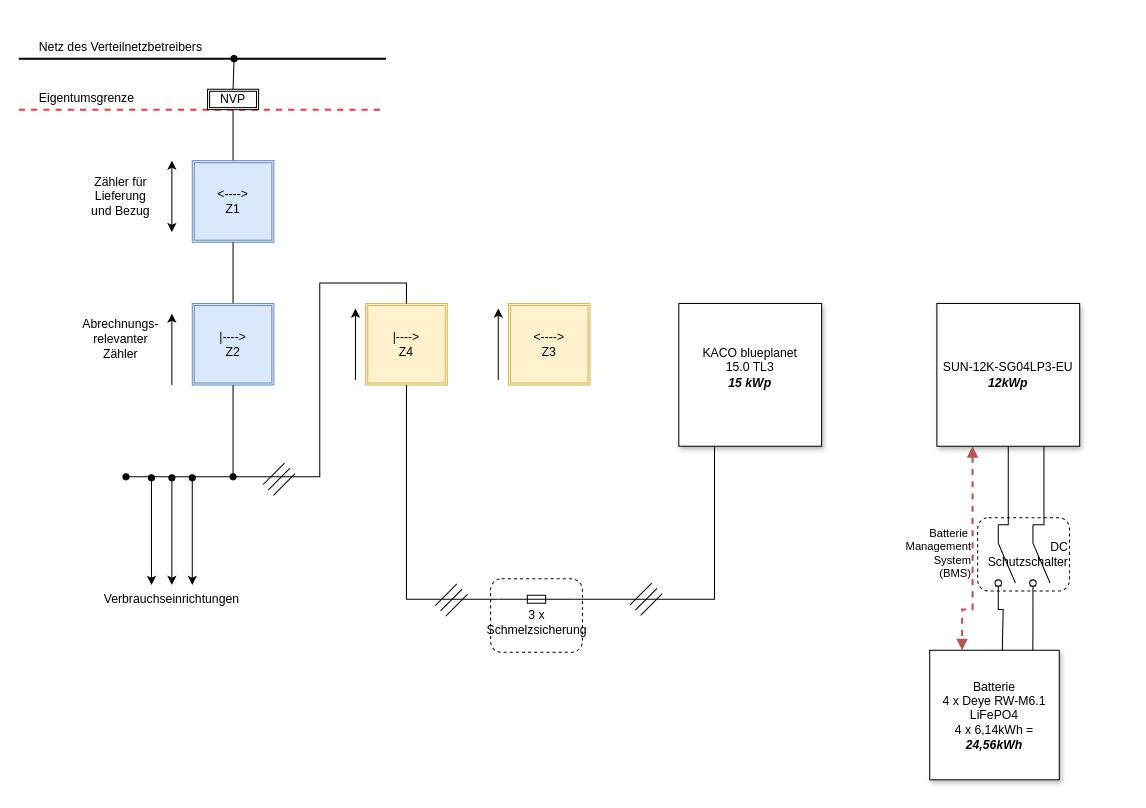
Before: planung/images/pv-autark.drawio in rainerth/energetischesanierung, a draw.io diagram. Source tidied: cells renumbered, new cells numbered last; positions are measured from the earlier drawing's top-left corner, leaving out a move shared by most shapes. Both pictures are drawn from the tidied source at 102%, with x=0, y=0 at pixel (90, -125). Pictures stored in the file or linked from it are replaced by grey dashed boxes.
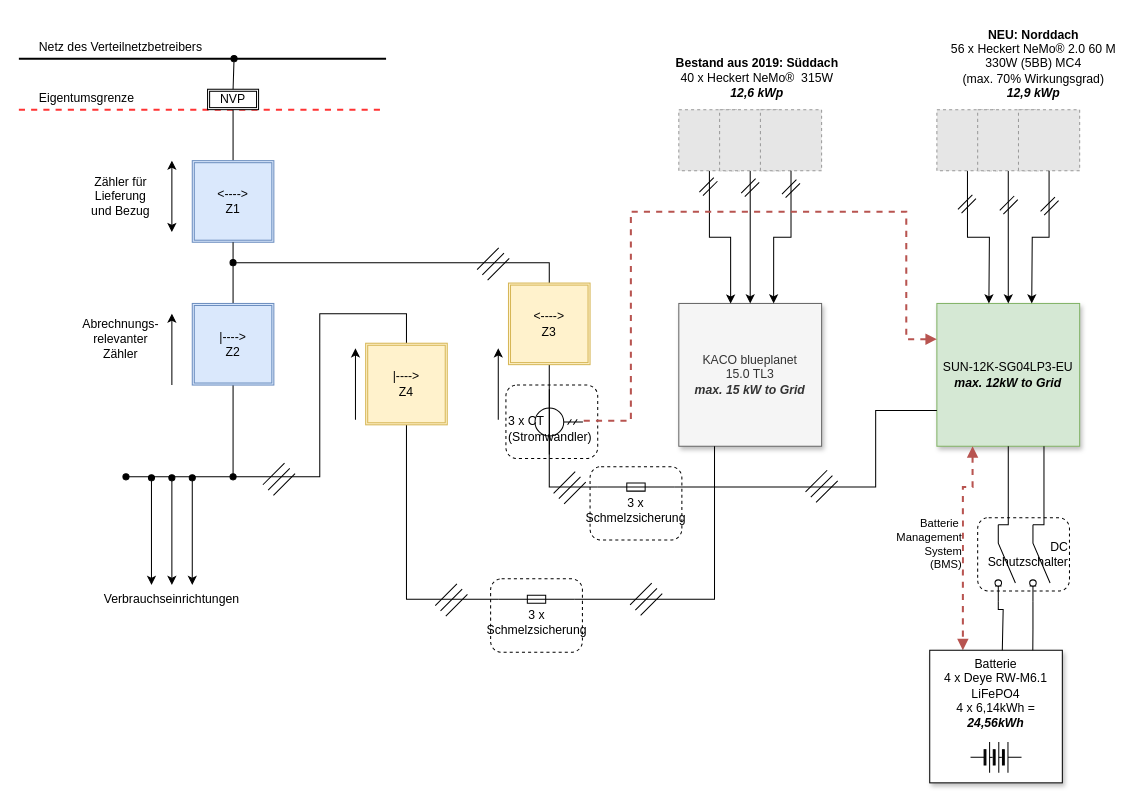
The same page after the edit.

Change to the diagram source:
```diff
@@
-    <mxCell id="6" parent="0" />
-    <mxCell id="7" style="edgeStyle=orthogonalEdgeStyle;rounded=0;jettySize=auto;html=1;endArrow=none;endFill=0;" parent="6" edge="1" source="8">
-      <mxGeometry relative="1" as="geometry">
-        <mxPoint x="140" y="230" as="targetPoint" />
-      </mxGeometry>
-    </mxCell>
-    <mxCell id="8" value="&lt;div&gt;&amp;lt;----&amp;gt;&lt;br&gt;&lt;/div&gt;&lt;div&gt;Z1&lt;/div&gt;" style="shape=ext;double=1;whiteSpace=wrap;html=1;fillColor=#dae8fc;strokeColor=#6c8ebf;" parent="6" vertex="1">
-      <mxGeometry x="100" y="280" width="80" height="80" as="geometry" />
-    </mxCell>
-    <mxCell id="9" style="edgeStyle=orthogonalEdgeStyle;rounded=0;jettySize=auto;html=1;endArrow=none;endFill=0;" parent="6" edge="1" source="10" target="8">
-      <mxGeometry relative="1" as="geometry" />
-    </mxCell>
-    <mxCell id="10" value="&lt;div&gt;|----&amp;gt;&lt;br&gt;&lt;/div&gt;&lt;div&gt;Z2&lt;/div&gt;" style="shape=ext;double=1;whiteSpace=wrap;html=1;fillColor=#dae8fc;strokeColor=#6c8ebf;" parent="6" vertex="1">
-      <mxGeometry x="100" y="420" width="80" height="80" as="geometry" />
-    </mxCell>
-    <mxCell id="11" style="endArrow=classic;startArrow=classic;html=1;rounded=0;" parent="6" edge="1">
-      <mxGeometry relative="1" as="geometry">
-        <mxPoint x="80" y="350" as="sourcePoint" />
-        <mxPoint x="80" y="280" as="targetPoint" />
-      </mxGeometry>
-    </mxCell>
-    <mxCell id="12" style="endArrow=classic;startArrow=none;html=1;rounded=0;startFill=0;" parent="6" edge="1">
-      <mxGeometry relative="1" as="geometry">
-        <mxPoint x="80" y="500" as="sourcePoint" />
-        <mxPoint x="80" y="430" as="targetPoint" />
-      </mxGeometry>
-    </mxCell>
-    <mxCell id="13" value="&lt;div&gt;|----&amp;gt;&lt;br&gt;&lt;/div&gt;&lt;div&gt;Z4&lt;/div&gt;" style="shape=ext;double=1;whiteSpace=wrap;html=1;fillColor=#fff2cc;strokeColor=#d6b656;" parent="6" vertex="1">
-      <mxGeometry x="270" y="420" width="80" height="80" as="geometry" />
-    </mxCell>
-    <mxCell id="14" style="endArrow=classic;startArrow=none;html=1;rounded=0;startFill=0;" parent="6" edge="1">
-      <mxGeometry relative="1" as="geometry">
-        <mxPoint x="260" y="495" as="sourcePoint" />
-        <mxPoint x="260" y="425" as="targetPoint" />
-      </mxGeometry>
-    </mxCell>
-    <mxCell id="15" value="&amp;lt;----&amp;gt;&lt;br&gt;&lt;div&gt;Z3&lt;/div&gt;" style="shape=ext;double=1;whiteSpace=wrap;html=1;fillColor=#fff2cc;strokeColor=#d6b656;" parent="6" vertex="1">
-      <mxGeometry x="410" y="420" width="80" height="80" as="geometry" />
-    </mxCell>
-    <mxCell id="16" style="endArrow=classic;startArrow=none;html=1;rounded=0;startFill=0;" parent="6" edge="1">
-      <mxGeometry relative="1" as="geometry">
-        <mxPoint x="400" y="495" as="sourcePoint" />
-        <mxPoint x="400" y="425" as="targetPoint" />
-      </mxGeometry>
-    </mxCell>
@@
-    <mxCell id="22" value="&lt;div&gt;KACO blueplanet&lt;/div&gt;&lt;div&gt;15.0 TL3&lt;br&gt;&lt;b&gt;&lt;i&gt;15 kWp&lt;/i&gt;&lt;/b&gt;&lt;/div&gt;&lt;div&gt;&lt;br&gt;&lt;/div&gt;" style="whiteSpace=wrap;html=1;shadow=1;" parent="20" vertex="1">
+    <mxCell id="22" value="&lt;div&gt;KACO blueplanet&lt;/div&gt;&lt;div&gt;15.0 TL3&lt;br&gt;&lt;b&gt;&lt;i&gt;max. 15 kW to Grid&lt;br&gt;&lt;/i&gt;&lt;/b&gt;&lt;/div&gt;" style="whiteSpace=wrap;html=1;shadow=1;fillColor=#f5f5f5;fontColor=#333333;strokeColor=#666666;" parent="20" vertex="1">
       <mxGeometry x="577" y="420" width="140" height="140" as="geometry" />
     </mxCell>
@@
-    <mxCell id="24" style="edgeStyle=orthogonalEdgeStyle;rounded=0;orthogonalLoop=1;jettySize=auto;html=1;exitX=0.5;exitY=0;exitDx=0;exitDy=0;entryX=0.5;entryY=1;entryDx=0;entryDy=0;endArrow=none;endFill=0;" parent="20" edge="1">
+    <mxCell id="24" style="edgeStyle=orthogonalEdgeStyle;rounded=0;jettySize=auto;html=1;exitX=0.5;exitY=0;exitDx=0;exitDy=0;entryX=0.5;entryY=1;entryDx=0;entryDy=0;endArrow=none;endFill=0;" parent="20" edge="1" source="13">
       <mxGeometry relative="1" as="geometry">
-        <mxPoint x="310" y="420" as="sourcePoint" />
         <mxPoint x="140" y="500" as="targetPoint" />
         <Array as="points">
-          <mxPoint x="310" y="400" />
-          <mxPoint x="225" y="400" />
+          <mxPoint x="310" y="430" />
+          <mxPoint x="225" y="430" />
           <mxPoint x="225" y="590" />
           <mxPoint x="140" y="590" />
         </Array>
       </mxGeometry>
     </mxCell>
@@
+    <mxCell id="47" style="edgeStyle=orthogonalEdgeStyle;rounded=0;jettySize=auto;html=1;exitX=0.5;exitY=1;exitDx=0;exitDy=0;entryX=0.363;entryY=0.001;entryDx=0;entryDy=0;entryPerimeter=0;" parent="20" edge="1" source="48" target="22">
+      <mxGeometry relative="1" as="geometry" />
+    </mxCell>
+    <mxCell id="48" style="fillColor=#E6E6E6;strokeColor=#999999;dashed=1;html=1;verticalAlign=top;verticalLabelPosition=bottom;labelBackgroundColor=#ffffff;" parent="20" vertex="1">
+      <mxGeometry x="577" y="230" width="60" height="60" as="geometry" />
+    </mxCell>
+    <mxCell id="49" style="edgeStyle=orthogonalEdgeStyle;rounded=0;jettySize=auto;html=1;exitX=0.5;exitY=1;exitDx=0;exitDy=0;entryX=0.5;entryY=0;entryDx=0;entryDy=0;" parent="20" edge="1" source="50" target="22">
+      <mxGeometry relative="1" as="geometry" />
+    </mxCell>
+    <mxCell id="50" style="fillColor=#E6E6E6;strokeColor=#999999;dashed=1;html=1;verticalAlign=top;verticalLabelPosition=bottom;labelBackgroundColor=#ffffff;" parent="20" vertex="1">
+      <mxGeometry x="617" y="230" width="60" height="60" as="geometry" />
+    </mxCell>
+    <mxCell id="51" style="fillColor=#E6E6E6;strokeColor=#999999;dashed=1;html=1;verticalAlign=top;verticalLabelPosition=bottom;labelBackgroundColor=#ffffff;" parent="20" vertex="1">
+      <mxGeometry x="657" y="230" width="60" height="60" as="geometry" />
+    </mxCell>
+    <mxCell id="52" style="edgeStyle=orthogonalEdgeStyle;rounded=0;jettySize=auto;html=1;exitX=0.5;exitY=1;exitDx=0;exitDy=0;entryX=0.664;entryY=0;entryDx=0;entryDy=0;entryPerimeter=0;" parent="20" edge="1" source="51" target="22">
+      <mxGeometry relative="1" as="geometry" />
+    </mxCell>
+    <mxCell id="53" value="&lt;b&gt;NEU: Norddach&lt;/b&gt;&lt;br&gt;56 x Heckert NeMo® 2.0 60 M 330W (5BB) MC4&lt;br&gt;&lt;div&gt;(max. 70% Wirkungsgrad)&lt;br&gt;&lt;b&gt;&lt;i&gt;12,9 kWp&lt;/i&gt;&lt;/b&gt;&lt;br&gt;&lt;/div&gt;" style="text;html=1;align=center;verticalAlign=middle;whiteSpace=wrap;rounded=0;" parent="20" vertex="1">
+      <mxGeometry x="831" y="140" width="188" height="90" as="geometry" />
+    </mxCell>
+    <mxCell id="54" style="verticalLabelPosition=bottom;shadow=0;dashed=0;align=center;html=1;verticalAlign=top;shape=mxgraph.electrical.transmission.2_line_bus;direction=west;rotation=-45;" parent="20" vertex="1">
+      <mxGeometry x="596" y="303" width="20" height="5" as="geometry" />
+    </mxCell>
+    <mxCell id="55" style="verticalLabelPosition=bottom;shadow=0;dashed=0;align=center;html=1;verticalAlign=top;shape=mxgraph.electrical.transmission.2_line_bus;direction=west;rotation=-45;" parent="20" vertex="1">
+      <mxGeometry x="637" y="304" width="20" height="5" as="geometry" />
+    </mxCell>
+    <mxCell id="56" style="verticalLabelPosition=bottom;shadow=0;dashed=0;align=center;html=1;verticalAlign=top;shape=mxgraph.electrical.transmission.2_line_bus;direction=west;rotation=-45;" parent="20" vertex="1">
+      <mxGeometry x="677" y="305" width="20" height="5" as="geometry" />
+    </mxCell>
@@
+    <mxCell id="57" value="&lt;div&gt;&lt;br&gt;&lt;/div&gt;&lt;div align=&quot;left&quot;&gt;3 x CT&lt;br&gt;&lt;/div&gt;&lt;div&gt;(Stromwandler)&lt;br&gt;&lt;/div&gt;" style="rounded=1;whiteSpace=wrap;html=1;dashed=1;align=left;" parent="35" vertex="1">
+      <mxGeometry x="407.5" y="500" width="90" height="72" as="geometry" />
+    </mxCell>
-    <mxCell id="36" value="&lt;div&gt;SUN-12K-SG04LP3-EU&lt;/div&gt;&lt;div&gt;&lt;i&gt;&lt;b&gt;12kWp &lt;/b&gt;&lt;/i&gt;&lt;br&gt;&lt;/div&gt;" style="whiteSpace=wrap;html=1;shadow=1;" parent="35" vertex="1">
+    <mxCell id="36" value="&lt;div&gt;SUN-12K-SG04LP3-EU&lt;/div&gt;&lt;div&gt;&lt;i&gt;&lt;b&gt;max. 12kW to Grid &lt;/b&gt;&lt;/i&gt;&lt;br&gt;&lt;/div&gt;" style="whiteSpace=wrap;html=1;shadow=1;fillColor=#d5e8d4;strokeColor=#82b366;" parent="35" vertex="1">
       <mxGeometry x="830" y="420" width="140" height="140" as="geometry" />
     </mxCell>
+    <mxCell id="58" style="edgeStyle=orthogonalEdgeStyle;rounded=0;jettySize=auto;html=1;exitX=0.5;exitY=1;exitDx=0;exitDy=0;entryX=0.363;entryY=0.001;entryDx=0;entryDy=0;entryPerimeter=0;" parent="35" edge="1" source="59">
+      <mxGeometry relative="1" as="geometry">
+        <mxPoint x="881" y="420" as="targetPoint" />
+      </mxGeometry>
+    </mxCell>
+    <mxCell id="59" style="fillColor=#E6E6E6;strokeColor=#999999;dashed=1;html=1;verticalAlign=top;verticalLabelPosition=bottom;labelBackgroundColor=#ffffff;" parent="35" vertex="1">
+      <mxGeometry x="830" y="230" width="60" height="60" as="geometry" />
+    </mxCell>
+    <mxCell id="60" style="edgeStyle=orthogonalEdgeStyle;rounded=0;jettySize=auto;html=1;exitX=0.5;exitY=1;exitDx=0;exitDy=0;entryX=0.5;entryY=0;entryDx=0;entryDy=0;" parent="35" edge="1" source="61">
+      <mxGeometry relative="1" as="geometry">
+        <mxPoint x="900" y="420" as="targetPoint" />
+      </mxGeometry>
+    </mxCell>
+    <mxCell id="61" style="fillColor=#E6E6E6;strokeColor=#999999;dashed=1;html=1;verticalAlign=top;verticalLabelPosition=bottom;labelBackgroundColor=#ffffff;" parent="35" vertex="1">
+      <mxGeometry x="870" y="230" width="60" height="60" as="geometry" />
+    </mxCell>
+    <mxCell id="62" style="fillColor=#E6E6E6;strokeColor=#999999;dashed=1;html=1;verticalAlign=top;verticalLabelPosition=bottom;labelBackgroundColor=#ffffff;" parent="35" vertex="1">
+      <mxGeometry x="910" y="230" width="60" height="60" as="geometry" />
+    </mxCell>
+    <mxCell id="63" style="edgeStyle=orthogonalEdgeStyle;rounded=0;jettySize=auto;html=1;exitX=0.5;exitY=1;exitDx=0;exitDy=0;entryX=0.664;entryY=0;entryDx=0;entryDy=0;entryPerimeter=0;" parent="35" edge="1" source="62">
+      <mxGeometry relative="1" as="geometry">
+        <mxPoint x="923" y="420" as="targetPoint" />
+      </mxGeometry>
+    </mxCell>
+    <mxCell id="64" value="&lt;b&gt;Bestand aus 2019: Süddach&lt;/b&gt;&lt;br&gt;40 x Heckert NeMo®&amp;nbsp; 315W&lt;br&gt;&lt;div&gt;&lt;b&gt;&lt;i&gt;12,6 kWp&lt;/i&gt;&lt;/b&gt;&lt;br&gt;&lt;/div&gt;" style="text;html=1;align=center;verticalAlign=middle;whiteSpace=wrap;rounded=0;" parent="35" vertex="1">
+      <mxGeometry x="560" y="169" width="188" height="60" as="geometry" />
+    </mxCell>
+    <mxCell id="65" style="verticalLabelPosition=bottom;shadow=0;dashed=0;align=center;html=1;verticalAlign=top;shape=mxgraph.electrical.transmission.2_line_bus;direction=west;rotation=-45;" parent="35" vertex="1">
+      <mxGeometry x="849.5" y="320" width="20" height="5" as="geometry" />
+    </mxCell>
+    <mxCell id="66" style="verticalLabelPosition=bottom;shadow=0;dashed=0;align=center;html=1;verticalAlign=top;shape=mxgraph.electrical.transmission.2_line_bus;direction=west;rotation=-45;" parent="35" vertex="1">
+      <mxGeometry x="890.5" y="321" width="20" height="5" as="geometry" />
+    </mxCell>
+    <mxCell id="67" style="verticalLabelPosition=bottom;shadow=0;dashed=0;align=center;html=1;verticalAlign=top;shape=mxgraph.electrical.transmission.2_line_bus;direction=west;rotation=-45;" parent="35" vertex="1">
+      <mxGeometry x="930.5" y="322" width="20" height="5" as="geometry" />
+    </mxCell>
+    <mxCell id="68" value="&lt;div&gt;&lt;br&gt;&lt;/div&gt;&lt;div&gt;3 x Schmelzsicherung&lt;/div&gt;" style="rounded=1;whiteSpace=wrap;html=1;dashed=1;" parent="35" vertex="1">
+      <mxGeometry x="490" y="580" width="90" height="72" as="geometry" />
+    </mxCell>
+    <mxCell id="69" style="edgeStyle=orthogonalEdgeStyle;rounded=0;jettySize=auto;html=1;exitX=1;exitY=0.8;exitDx=0;exitDy=0;entryX=0;entryY=0.75;entryDx=0;entryDy=0;endArrow=none;endFill=0;" parent="35" edge="1" source="71" target="36">
+      <mxGeometry relative="1" as="geometry">
+        <Array as="points">
+          <mxPoint x="770" y="600" />
+          <mxPoint x="770" y="525" />
+        </Array>
+      </mxGeometry>
+    </mxCell>
+    <mxCell id="70" style="edgeStyle=orthogonalEdgeStyle;rounded=0;jettySize=auto;html=1;exitX=0;exitY=0.8;exitDx=0;exitDy=0;entryX=0.5;entryY=1;entryDx=0;entryDy=0;endArrow=none;endFill=0;" parent="35" edge="1" source="71" target="15">
+      <mxGeometry relative="1" as="geometry" />
+    </mxCell>
+    <mxCell id="71" style="html=1;shape=mxgraph.electrical.electro-mechanical.fuse2;elSwitchState=on;" parent="35" vertex="1">
+      <mxGeometry x="497.5" y="584" width="75" height="20" as="geometry" />
+    </mxCell>
+    <mxCell id="72" style="verticalLabelPosition=bottom;shadow=0;dashed=0;align=center;html=1;verticalAlign=top;shape=mxgraph.electrical.transmission.3_line_bus;rotation=-45;" parent="35" vertex="1">
+      <mxGeometry x="702" y="592" width="30" height="14.6" as="geometry" />
+    </mxCell>
+    <mxCell id="73" style="verticalLabelPosition=bottom;shadow=0;dashed=0;align=center;html=1;verticalAlign=top;shape=mxgraph.electrical.transmission.3_line_bus;rotation=-45;" parent="35" vertex="1">
+      <mxGeometry x="455" y="593.4" width="30" height="14.6" as="geometry" />
+    </mxCell>
+    <mxCell id="74" style="verticalLabelPosition=bottom;shadow=0;dashed=0;align=center;html=1;verticalAlign=top;shape=mxgraph.electrical.transmission.3_line_bus;rotation=-45;" parent="35" vertex="1">
+      <mxGeometry x="380" y="374" width="30" height="14.6" as="geometry" />
+    </mxCell>
+    <mxCell id="75" style="verticalLabelPosition=bottom;shadow=0;dashed=0;align=center;html=1;verticalAlign=top;shape=mxgraph.electrical.inductors.current_transformer_2;direction=east;" parent="35" vertex="1">
+      <mxGeometry x="436" y="504.2" width="47" height="64" as="geometry" />
+    </mxCell>
+    <mxCell id="76" style="endArrow=none;html=1;rounded=0;entryX=0.979;entryY=0.482;entryDx=0;entryDy=0;entryPerimeter=0;exitX=0;exitY=0.25;exitDx=0;exitDy=0;fillColor=#f8cecc;strokeColor=#b85450;strokeWidth=2;dashed=1;endFill=0;startArrow=block;startFill=1;" parent="35" edge="1" source="36" target="75">
+      <mxGeometry relative="1" as="geometry">
+        <Array as="points">
+          <mxPoint x="800" y="455" />
+          <mxPoint x="800" y="330" />
+          <mxPoint x="530" y="330" />
+          <mxPoint x="530" y="535" />
+        </Array>
+      </mxGeometry>
+    </mxCell>
+    <mxCell id="6" parent="0" />
+    <mxCell id="7" style="edgeStyle=orthogonalEdgeStyle;rounded=0;jettySize=auto;html=1;endArrow=none;endFill=0;" parent="6" edge="1" source="8">
+      <mxGeometry relative="1" as="geometry">
+        <mxPoint x="140" y="230" as="targetPoint" />
+      </mxGeometry>
+    </mxCell>
+    <mxCell id="8" value="&lt;div&gt;&amp;lt;----&amp;gt;&lt;br&gt;&lt;/div&gt;&lt;div&gt;Z1&lt;/div&gt;" style="shape=ext;double=1;whiteSpace=wrap;html=1;fillColor=#dae8fc;strokeColor=#6c8ebf;" parent="6" vertex="1">
+      <mxGeometry x="100" y="280" width="80" height="80" as="geometry" />
+    </mxCell>
+    <mxCell id="9" style="edgeStyle=orthogonalEdgeStyle;rounded=0;jettySize=auto;html=1;endArrow=none;endFill=0;" parent="6" edge="1" source="10" target="8">
+      <mxGeometry relative="1" as="geometry" />
+    </mxCell>
+    <mxCell id="10" value="&lt;div&gt;|----&amp;gt;&lt;br&gt;&lt;/div&gt;&lt;div&gt;Z2&lt;/div&gt;" style="shape=ext;double=1;whiteSpace=wrap;html=1;fillColor=#dae8fc;strokeColor=#6c8ebf;" parent="6" vertex="1">
+      <mxGeometry x="100" y="420" width="80" height="80" as="geometry" />
+    </mxCell>
+    <mxCell id="11" style="endArrow=classic;startArrow=classic;html=1;rounded=0;" parent="6" edge="1">
+      <mxGeometry relative="1" as="geometry">
+        <mxPoint x="80" y="350" as="sourcePoint" />
+        <mxPoint x="80" y="280" as="targetPoint" />
+      </mxGeometry>
+    </mxCell>
+    <mxCell id="12" style="endArrow=classic;startArrow=none;html=1;rounded=0;startFill=0;" parent="6" edge="1">
+      <mxGeometry relative="1" as="geometry">
+        <mxPoint x="80" y="500" as="sourcePoint" />
+        <mxPoint x="80" y="430" as="targetPoint" />
+      </mxGeometry>
+    </mxCell>
+    <mxCell id="13" value="&lt;div&gt;|----&amp;gt;&lt;br&gt;&lt;/div&gt;&lt;div&gt;Z4&lt;/div&gt;" style="shape=ext;double=1;whiteSpace=wrap;html=1;fillColor=#fff2cc;strokeColor=#d6b656;" parent="6" vertex="1">
+      <mxGeometry x="270" y="459" width="80" height="80" as="geometry" />
+    </mxCell>
+    <mxCell id="14" style="endArrow=classic;startArrow=none;html=1;rounded=0;startFill=0;" parent="6" edge="1">
+      <mxGeometry relative="1" as="geometry">
+        <mxPoint x="260" y="534" as="sourcePoint" />
+        <mxPoint x="260" y="464" as="targetPoint" />
+      </mxGeometry>
+    </mxCell>
+    <mxCell id="77" style="edgeStyle=orthogonalEdgeStyle;rounded=0;jettySize=auto;html=1;exitX=0.5;exitY=0;exitDx=0;exitDy=0;endArrow=oval;endFill=1;" parent="6" edge="1" source="15">
+      <mxGeometry relative="1" as="geometry">
+        <mxPoint x="140" y="380" as="targetPoint" />
+        <Array as="points">
+          <mxPoint x="450" y="380" />
+        </Array>
+      </mxGeometry>
+    </mxCell>
+    <mxCell id="15" value="&amp;lt;----&amp;gt;&lt;br&gt;&lt;div&gt;Z3&lt;/div&gt;" style="shape=ext;double=1;whiteSpace=wrap;html=1;fillColor=#fff2cc;strokeColor=#d6b656;" parent="6" vertex="1">
+      <mxGeometry x="410" y="400" width="80" height="80" as="geometry" />
+    </mxCell>
+    <mxCell id="16" style="endArrow=classic;startArrow=none;html=1;rounded=0;startFill=0;" parent="6" edge="1">
+      <mxGeometry relative="1" as="geometry">
+        <mxPoint x="400" y="534" as="sourcePoint" />
+        <mxPoint x="400" y="464" as="targetPoint" />
+      </mxGeometry>
+    </mxCell>
@@
     <mxCell id="39" value="&lt;div align=&quot;right&quot;&gt;Batterie&amp;nbsp;&lt;/div&gt;&lt;div align=&quot;right&quot;&gt;Management&lt;/div&gt;&lt;div align=&quot;right&quot;&gt;&amp;nbsp;System&lt;/div&gt;&lt;div align=&quot;right&quot;&gt;&amp;nbsp;(BMS)&lt;/div&gt;" style="edgeStyle=orthogonalEdgeStyle;rounded=0;jettySize=auto;html=1;entryX=0.25;entryY=0;entryDx=0;entryDy=0;endArrow=block;endFill=1;dashed=1;fillColor=#f8cecc;strokeColor=#b85450;align=right;startArrow=block;startFill=1;strokeWidth=2;exitX=0.25;exitY=1;exitDx=0;exitDy=0;" parent="37" edge="1" target="46">
       <mxGeometry relative="1" as="geometry">
         <mxPoint x="865" y="560" as="sourcePoint" />
         <Array as="points">
-          <mxPoint x="865" y="720" />
-          <mxPoint x="855" y="720" />
+          <mxPoint x="865" y="600" />
+          <mxPoint x="855" y="600" />
         </Array>
       </mxGeometry>
     </mxCell>
@@
-    <mxCell id="46" value="&lt;div&gt;Batterie&lt;/div&gt;&lt;div&gt;&lt;div&gt;4 x Deye RW-M6.1&lt;/div&gt;&lt;div&gt;LiFePO4&lt;/div&gt;&lt;div&gt;4 x 6,14kWh = &lt;b&gt;&lt;i&gt;24,56kWh&lt;/i&gt;&lt;/b&gt;&lt;br&gt;&lt;/div&gt;&lt;/div&gt;" style="whiteSpace=wrap;html=1;shadow=1;" parent="37" vertex="1">
-      <mxGeometry x="823" y="760" width="127" height="127" as="geometry" />
+    <mxCell id="46" value="&lt;div&gt;Batterie&lt;/div&gt;&lt;div&gt;&lt;div&gt;4 x Deye RW-M6.1&lt;/div&gt;&lt;div&gt;LiFePO4&lt;/div&gt;&lt;div&gt;4 x 6,14kWh = &lt;b&gt;&lt;i&gt;24,56kWh&lt;/i&gt;&lt;/b&gt;&lt;br&gt;&lt;/div&gt;&lt;/div&gt;" style="whiteSpace=wrap;html=1;shadow=1;verticalAlign=top;" parent="37" vertex="1">
+      <mxGeometry x="823" y="760" width="130" height="130" as="geometry" />
     </mxCell>
+    <mxCell id="78" style="verticalLabelPosition=bottom;shadow=0;dashed=0;align=center;html=1;verticalAlign=top;shape=mxgraph.electrical.miscellaneous.batteryStack;" parent="37" vertex="1">
+      <mxGeometry x="863" y="850" width="50" height="30" as="geometry" />
+    </mxCell>
```
